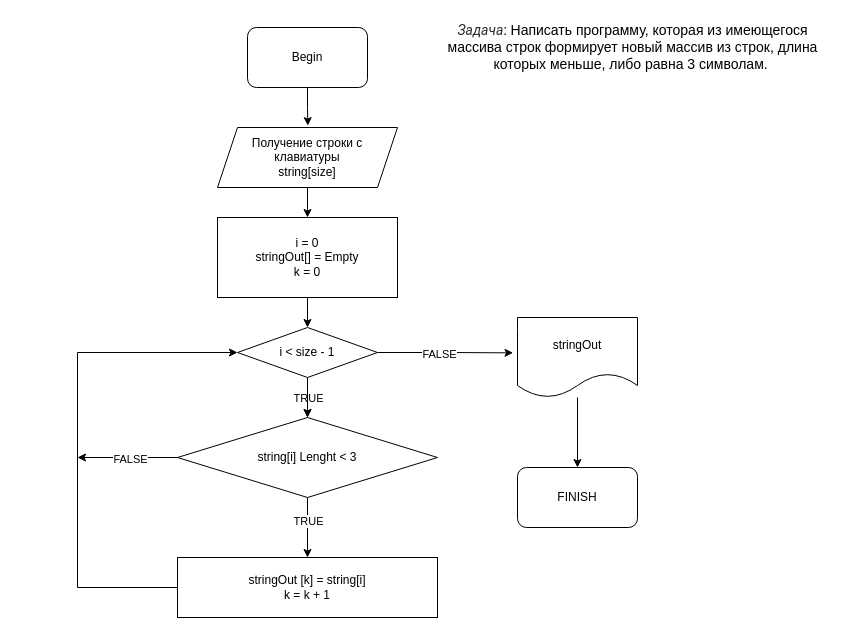
This is HW_CWoMB.drawio from Anton-S-G/HW_CWoMB, a draw.io file, before an edit. Source tidied: cells renumbered, new cells numbered last; positions are measured from the earlier drawing's top-left corner, leaving out a move shared by most shapes. Both pictures are drawn from the tidied source at 100%, with x=0, y=0 at pixel (77, 17).
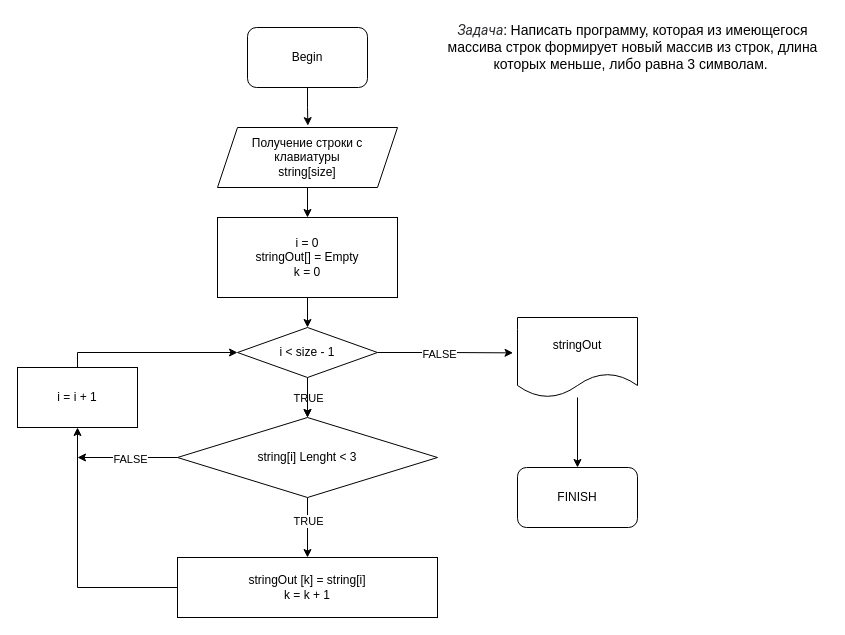
The same diagram, later.

The change refers to these unchanged cells:
```xml
<mxCell id="8" value="i &amp;lt; size - 1" style="rhombus;whiteSpace=wrap;html=1;" parent="1" vertex="1">
  <mxGeometry x="160" y="310" width="140" height="50" as="geometry" />
</mxCell>
<mxCell id="20" value="stringOut [k] = string[i]&lt;br&gt;k = k + 1" style="whiteSpace=wrap;html=1;" parent="1" vertex="1">
  <mxGeometry x="100" y="540" width="260" height="60" as="geometry" />
</mxCell>
```

Diff of the diagram source:
```diff
@@
-    <mxCell id="19" style="edgeStyle=orthogonalEdgeStyle;rounded=0;jettySize=auto;html=1;entryX=0;entryY=0.5;entryDx=0;entryDy=0;" parent="1" edge="1" source="20" target="8">
+    <mxCell id="19" style="edgeStyle=orthogonalEdgeStyle;rounded=0;jettySize=auto;html=1;entryX=0.5;entryY=1;entryDx=0;entryDy=0;" parent="1" edge="1" source="20" target="26">
       <mxGeometry relative="1" as="geometry">
         <Array as="points">
           <mxPoint y="570" />
-          <mxPoint y="335" />
         </Array>
       </mxGeometry>
     </mxCell>
@@
+    <mxCell id="25" style="edgeStyle=orthogonalEdgeStyle;rounded=0;jettySize=auto;html=1;entryX=0;entryY=0.5;entryDx=0;entryDy=0;" parent="1" edge="1" source="26" target="8">
+      <mxGeometry relative="1" as="geometry">
+        <Array as="points">
+          <mxPoint y="335" />
+        </Array>
+      </mxGeometry>
+    </mxCell>
+    <mxCell id="26" value="i = i + 1" style="rounded=0;whiteSpace=wrap;html=1;" parent="1" vertex="1">
+      <mxGeometry x="-60" y="350" width="120" height="60" as="geometry" />
+    </mxCell>
```
